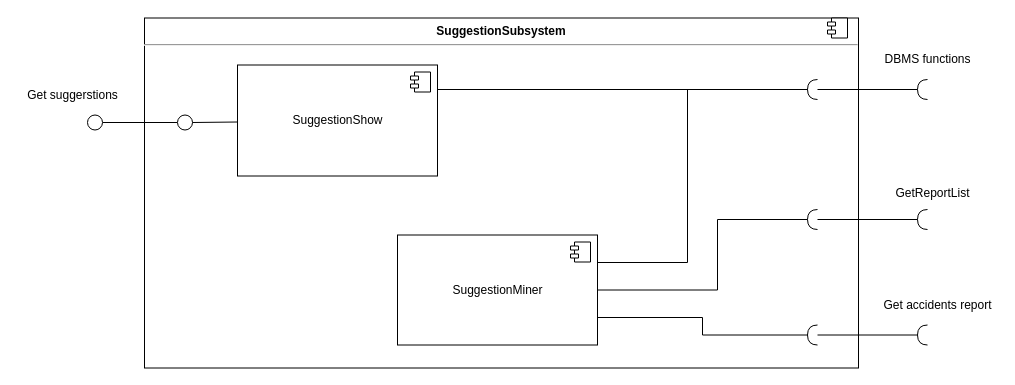
This is DD/diagrams/SuggestionSubsystem-components-diagram.drawio from f3d0ss/CazzolaDotti-se2, a draw.io file, before an edit. Source tidied: cells renumbered, new cells numbered last; positions are measured from the earlier drawing's top-left corner, leaving out a move shared by most shapes. Both pictures are drawn from the tidied source at 100%, with x=0, y=0 at pixel (17, 17).
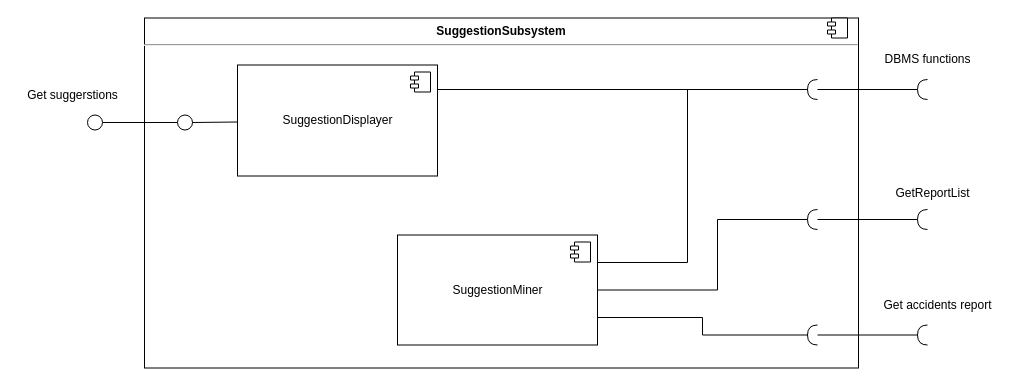
The same diagram, later.

What changed in the source:
```diff
@@
-    <mxCell id="3" value="SuggestionShow" style="html=1;" parent="1" vertex="1">
+    <mxCell id="3" value="SuggestionDisplayer" style="html=1;" parent="1" vertex="1">
       <mxGeometry x="220" y="47.5" width="200" height="111" as="geometry" />
     </mxCell>
```
